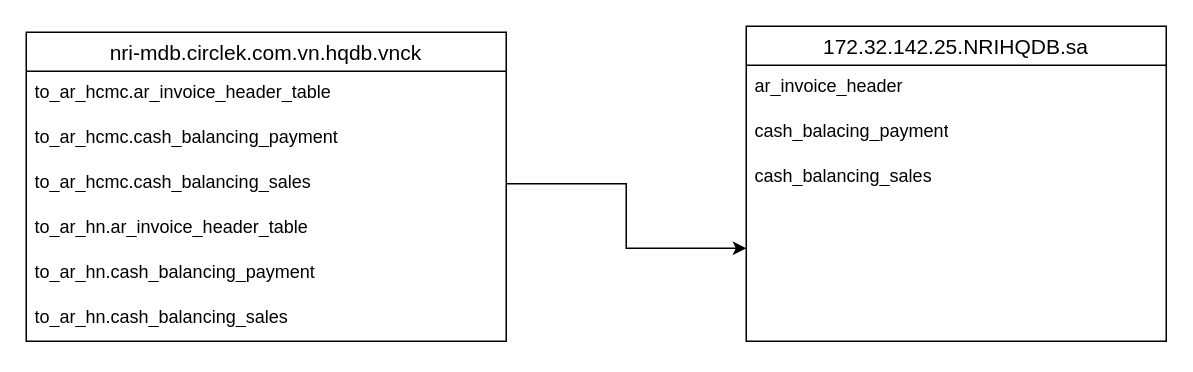
Above: page "EBR" (1 of 2) of Data links.drawio in phongdd/CK-Flows (draw.io), before the change. Source tidied: cells renumbered, new cells numbered last; positions are measured from the earlier drawing's top-left corner, leaving out a move shared by most shapes. Both pictures are drawn from the tidied source at 150%, with x=0, y=0 at pixel (26, 26).
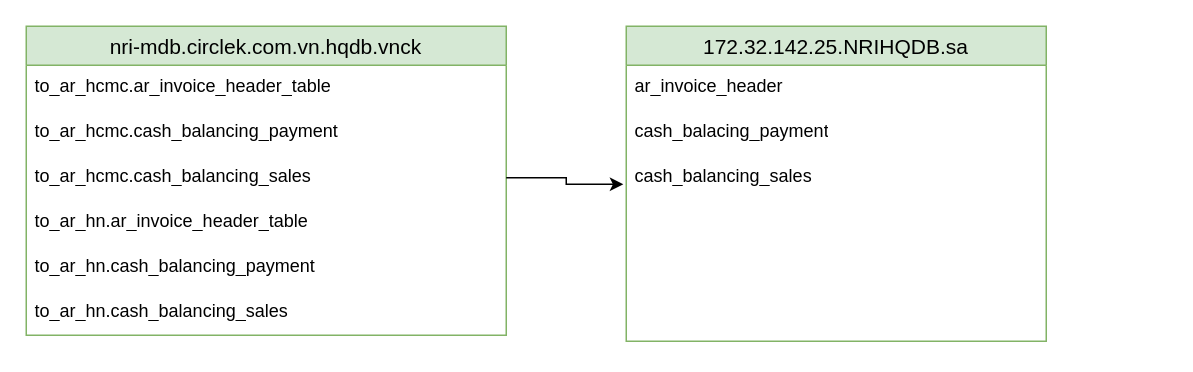
The same page after the edit.

Change to the diagram source:
```diff
@@
 <mxGraphModel>
   <root>
     <mxCell id="0" />
     <mxCell id="1" parent="0" />
-    <mxCell id="2" value="nri-mdb.circlek.com.vn.hqdb.vnck" style="swimlane;fontStyle=0;horizontal=1;startSize=26;align=center;fontSize=14;" parent="1" vertex="1">
-      <mxGeometry y="4" width="320" height="206" as="geometry" />
+    <mxCell id="2" value="nri-mdb.circlek.com.vn.hqdb.vnck" style="swimlane;fontStyle=0;horizontal=1;startSize=26;align=center;fontSize=14;fillColor=#d5e8d4;strokeColor=#82b366;" parent="1" vertex="1">
+      <mxGeometry width="320" height="206" as="geometry" />
     </mxCell>
     <mxCell id="3" value="to_ar_hcmc.ar_invoice_header_table" style="text;strokeColor=none;fillColor=none;spacingLeft=4;spacingRight=4;overflow=hidden;fontSize=12;whiteSpace=wrap;html=1;" parent="2" vertex="1">
       <mxGeometry y="26" width="320" height="30" as="geometry" />
     </mxCell>
     <mxCell id="4" value="to_ar_hcmc.cash_balancing_payment&amp;nbsp;" style="text;strokeColor=none;fillColor=none;spacingLeft=4;spacingRight=4;overflow=hidden;fontSize=12;whiteSpace=wrap;html=1;" parent="2" vertex="1">
       <mxGeometry y="56" width="320" height="30" as="geometry" />
     </mxCell>
     <mxCell id="5" value="to_ar_hcmc.cash_balancing_sales&amp;nbsp;" style="text;strokeColor=none;fillColor=none;spacingLeft=4;spacingRight=4;overflow=hidden;points=[[0,0.5],[1,0.5]];portConstraint=eastwest;fontSize=12;whiteSpace=wrap;html=1;" parent="2" vertex="1">
       <mxGeometry y="86" width="320" height="30" as="geometry" />
     </mxCell>
     <mxCell id="6" value="to_ar_hn.ar_invoice_header_table&amp;nbsp;" style="text;strokeColor=none;fillColor=none;spacingLeft=4;spacingRight=4;overflow=hidden;fontSize=12;whiteSpace=wrap;html=1;" parent="2" vertex="1">
       <mxGeometry y="116" width="320" height="30" as="geometry" />
     </mxCell>
     <mxCell id="7" value="to_ar_hn.cash_balancing_payment&amp;nbsp;" style="text;strokeColor=none;fillColor=none;spacingLeft=4;spacingRight=4;overflow=hidden;fontSize=12;whiteSpace=wrap;html=1;" parent="2" vertex="1">
       <mxGeometry y="146" width="320" height="30" as="geometry" />
     </mxCell>
     <mxCell id="8" value="to_ar_hn.cash_balancing_sales&amp;nbsp;" style="text;strokeColor=none;fillColor=none;spacingLeft=4;spacingRight=4;overflow=hidden;fontSize=12;whiteSpace=wrap;html=1;" parent="2" vertex="1">
       <mxGeometry y="176" width="320" height="30" as="geometry" />
     </mxCell>
-    <mxCell id="9" value="172.32.142.25.NRIHQDB.sa" style="swimlane;fontStyle=0;horizontal=1;startSize=26;align=center;fontSize=14;" parent="1" vertex="1">
-      <mxGeometry x="480" width="280" height="210" as="geometry" />
+    <mxCell id="9" value="172.32.142.25.NRIHQDB.sa" style="swimlane;fontStyle=0;horizontal=1;startSize=26;align=center;fontSize=14;fillColor=#d5e8d4;strokeColor=#82b366;" parent="1" vertex="1">
+      <mxGeometry x="400" width="280" height="210" as="geometry" />
     </mxCell>
     <mxCell id="10" value="ar_invoice_header" style="text;strokeColor=none;fillColor=none;spacingLeft=4;spacingRight=4;overflow=hidden;fontSize=12;whiteSpace=wrap;html=1;" parent="9" vertex="1">
       <mxGeometry y="26" width="280" height="30" as="geometry" />
     </mxCell>
     <mxCell id="11" value="cash_balacing_payment" style="text;strokeColor=none;fillColor=none;spacingLeft=4;spacingRight=4;overflow=hidden;fontSize=12;whiteSpace=wrap;html=1;" parent="9" vertex="1">
       <mxGeometry y="56" width="280" height="30" as="geometry" />
     </mxCell>
     <mxCell id="12" value="cash_balancing_sales" style="text;strokeColor=none;fillColor=none;spacingLeft=4;spacingRight=4;overflow=hidden;points=[[0,0.5],[1,0.5]];portConstraint=eastwest;fontSize=12;whiteSpace=wrap;html=1;" parent="9" vertex="1">
       <mxGeometry y="86" width="280" height="124" as="geometry" />
     </mxCell>
-    <mxCell id="13" style="edgeStyle=orthogonalEdgeStyle;rounded=0;jettySize=auto;html=1;" parent="1" edge="1" source="5" target="12">
+    <mxCell id="13" style="edgeStyle=orthogonalEdgeStyle;rounded=0;jettySize=auto;html=1;entryX=-0.007;entryY=0.156;entryDx=0;entryDy=0;entryPerimeter=0;" parent="1" edge="1" source="5" target="12">
       <mxGeometry relative="1" as="geometry" />
     </mxCell>
   </root>
 </mxGraphModel>
```
